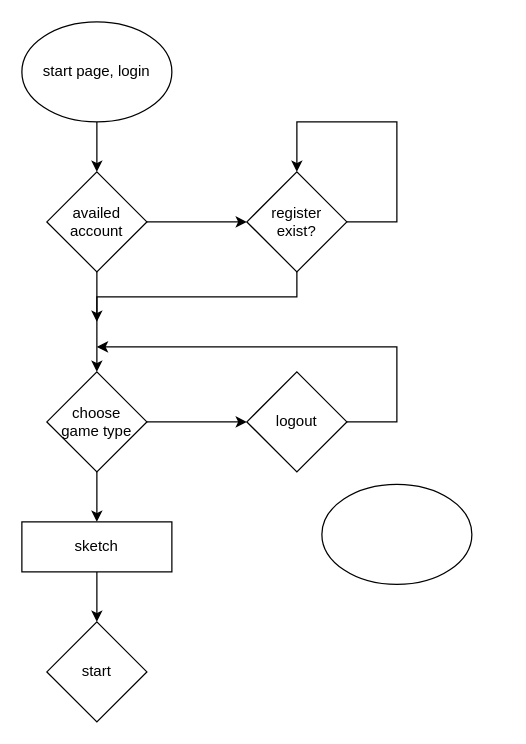
This is 未命名绘图.drawio from wei0728/UML-diagram, a draw.io file, before an edit. Source tidied: cells renumbered, new cells numbered last; positions are measured from the earlier drawing's top-left corner, leaving out a move shared by most shapes. Both pictures are drawn from the tidied source at 125%, with x=0, y=0 at pixel (21, 21).
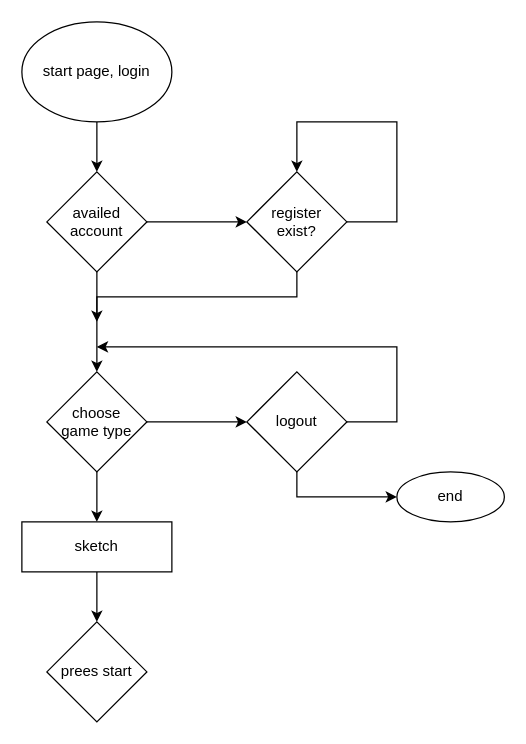
After the change.

Unchanged cells that the change refers to:
```xml
<mxCell id="14" value="logout" style="rhombus;whiteSpace=wrap;html=1;" parent="1" vertex="1">
  <mxGeometry x="180" y="280" width="80" height="80" as="geometry" />
</mxCell>
```

What changed in the source:
```diff
@@
+    <mxCell id="19" style="edgeStyle=orthogonalEdgeStyle;rounded=0;jettySize=auto;html=1;entryX=0;entryY=0.5;entryDx=0;entryDy=0;" parent="1" edge="1" source="14" target="18">
+      <mxGeometry relative="1" as="geometry">
+        <Array as="points">
+          <mxPoint x="220" y="380" />
+        </Array>
+      </mxGeometry>
+    </mxCell>
@@
-    <mxCell id="17" value="start" style="rhombus;whiteSpace=wrap;html=1;" parent="1" vertex="1">
+    <mxCell id="17" value="prees start" style="rhombus;whiteSpace=wrap;html=1;" parent="1" vertex="1">
       <mxGeometry x="20" y="480" width="80" height="80" as="geometry" />
     </mxCell>
-    <mxCell id="18" style="ellipse;whiteSpace=wrap;html=1;" parent="1" vertex="1">
-      <mxGeometry x="240" y="370" width="120" height="80" as="geometry" />
+    <mxCell id="18" value="end" style="ellipse;whiteSpace=wrap;html=1;" parent="1" vertex="1">
+      <mxGeometry x="300" y="360" width="86" height="40" as="geometry" />
     </mxCell>
```
